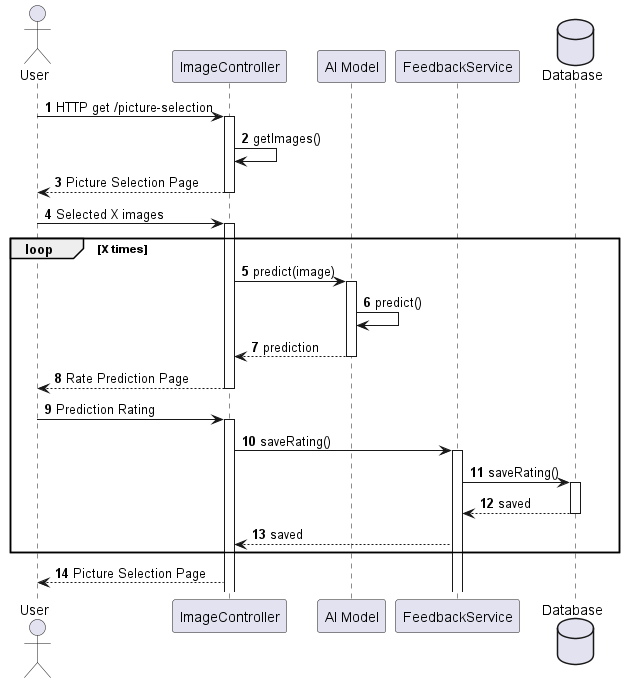
The PlantUML diagram Select_Birds_Sequence_Diagram.png in ikolton/MOproject, before a commit.
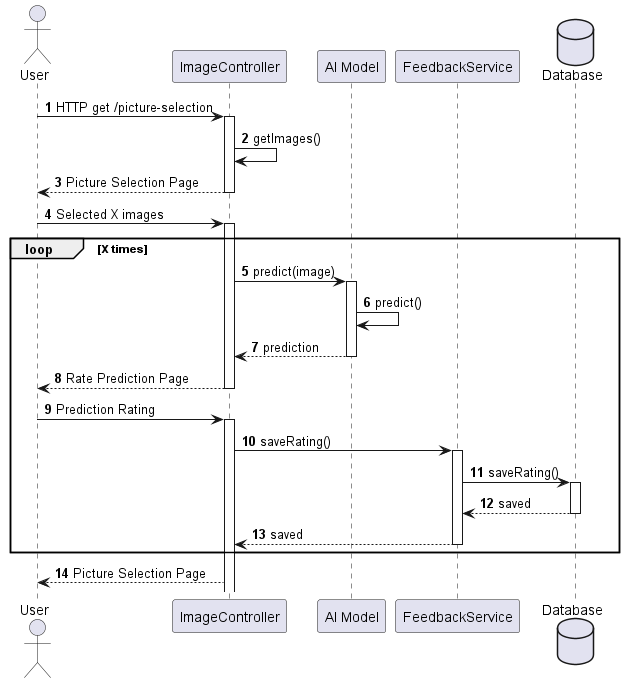
Above is the later version.

Diff of the diagram source:
```diff
@@ -34,6 +34,7 @@
     DB --> FS: saved
     deactivate DB
     FS --> IC: saved
+    deactivate FS
 end
 
     IC --> U: Picture Selection Page
```
